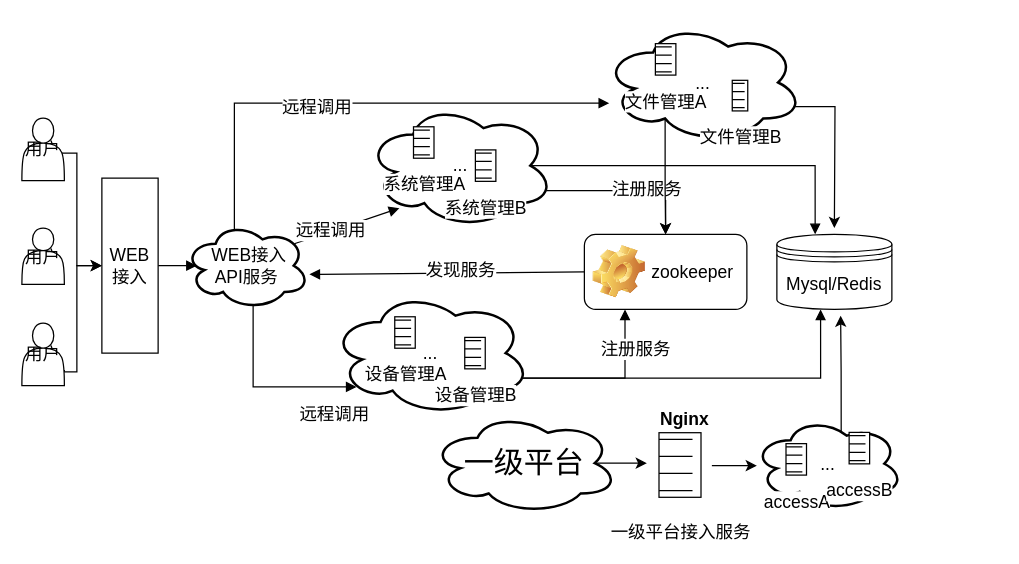
This is framework.drawio from waterwatermelon/graph, a draw.io file, before an edit. Source tidied: cells renumbered, new cells numbered last; positions are measured from the earlier drawing's top-left corner, leaving out a move shared by most shapes. Both pictures are drawn from the tidied source at 125%, with x=0, y=0 at pixel (21, 22).
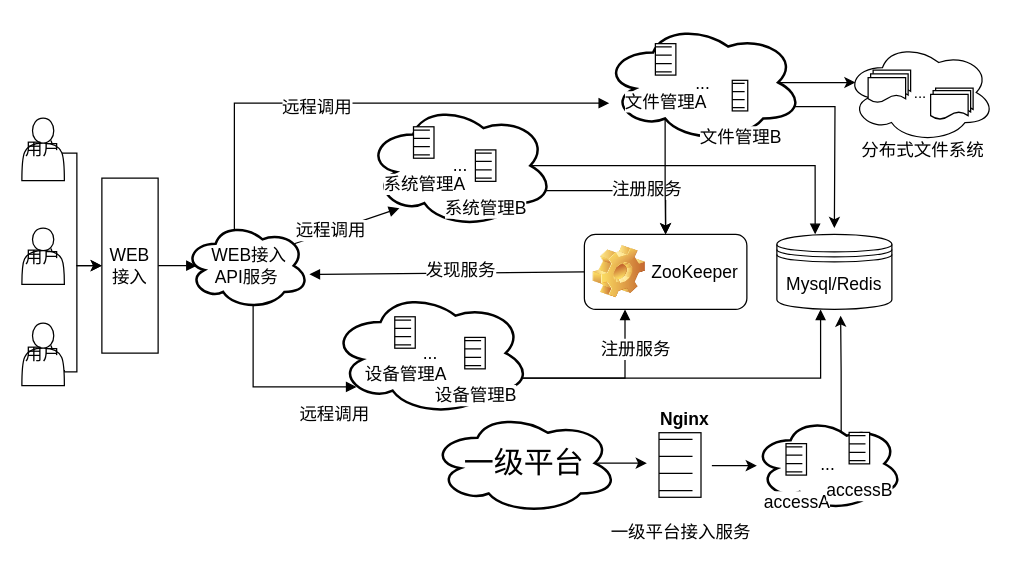
Above is the later version.

Commit message:
添加文件系统

Unchanged cells that the change refers to:
```xml
<mxCell id="28" value="..." style="ellipse;shape=cloud;strokeWidth=2;fontSize=14;whiteSpace=wrap;html=1;align=center;" parent="1" vertex="1">
  <mxGeometry x="465" y="-0.5" width="160" height="96" as="geometry" />
</mxCell>
```

What changed in the source:
```diff
@@
+    <mxCell id="46" value="..." style="ellipse;shape=cloud;whiteSpace=wrap;html=1;" parent="1" vertex="1">
+      <mxGeometry x="658.5" y="15.5" width="120" height="80" as="geometry" />
+    </mxCell>
@@
+    <mxCell id="47" style="edgeStyle=orthogonalEdgeStyle;rounded=0;jettySize=auto;html=1;exitX=0.875;exitY=0.5;exitDx=0;exitDy=0;exitPerimeter=0;entryX=0.07;entryY=0.4;entryDx=0;entryDy=0;entryPerimeter=0;" parent="1" edge="1" source="28" target="46">
+      <mxGeometry relative="1" as="geometry" />
+    </mxCell>
@@
-    <mxCell id="32" value="&lt;span style=&quot;font-weight: normal; font-size: 14px;&quot;&gt;&lt;font style=&quot;font-size: 14px&quot;&gt;zookeeper&lt;/font&gt;&lt;/span&gt;" style="label;whiteSpace=wrap;html=1;image=img/clipart/Gear_128x128.png;strokeColor=#000000;strokeWidth=1;fillColor=#FFFFFF;fontSize=14;" parent="1" vertex="1">
+    <mxCell id="32" value="&lt;span style=&quot;font-weight: normal ; font-size: 14px&quot;&gt;&lt;font style=&quot;font-size: 14px&quot;&gt;ZooKeeper&lt;/font&gt;&lt;/span&gt;" style="label;whiteSpace=wrap;html=1;image=img/clipart/Gear_128x128.png;strokeColor=#000000;strokeWidth=1;fillColor=#FFFFFF;fontSize=14;" parent="1" vertex="1">
       <mxGeometry x="450" y="169" width="130" height="60" as="geometry" />
     </mxCell>
@@
+    <mxCell id="48" style="shape=document;whiteSpace=wrap;html=1;boundedLbl=1;" parent="1" vertex="1">
+      <mxGeometry x="681" y="37.5" width="30" height="20" as="geometry" />
+    </mxCell>
+    <mxCell id="49" style="shape=document;whiteSpace=wrap;html=1;boundedLbl=1;" parent="1" vertex="1">
+      <mxGeometry x="679" y="40.5" width="30" height="20" as="geometry" />
+    </mxCell>
+    <mxCell id="50" style="shape=document;whiteSpace=wrap;html=1;boundedLbl=1;" parent="1" vertex="1">
+      <mxGeometry x="677" y="43.5" width="30" height="20" as="geometry" />
+    </mxCell>
+    <mxCell id="51" style="shape=document;whiteSpace=wrap;html=1;boundedLbl=1;" parent="1" vertex="1">
+      <mxGeometry x="731" y="52" width="30" height="20" as="geometry" />
+    </mxCell>
+    <mxCell id="52" style="shape=document;whiteSpace=wrap;html=1;boundedLbl=1;" parent="1" vertex="1">
+      <mxGeometry x="729" y="54" width="30" height="20" as="geometry" />
+    </mxCell>
+    <mxCell id="53" style="shape=document;whiteSpace=wrap;html=1;boundedLbl=1;" parent="1" vertex="1">
+      <mxGeometry x="727" y="57" width="30" height="20" as="geometry" />
+    </mxCell>
+    <mxCell id="54" value="&lt;font style=&quot;font-size: 14px&quot;&gt;分布式文件系统&lt;/font&gt;" style="text;html=1;align=left;verticalAlign=top;spacingTop=-4;" parent="1" vertex="1">
+      <mxGeometry x="670" y="91" width="110" height="20" as="geometry" />
+    </mxCell>
```
